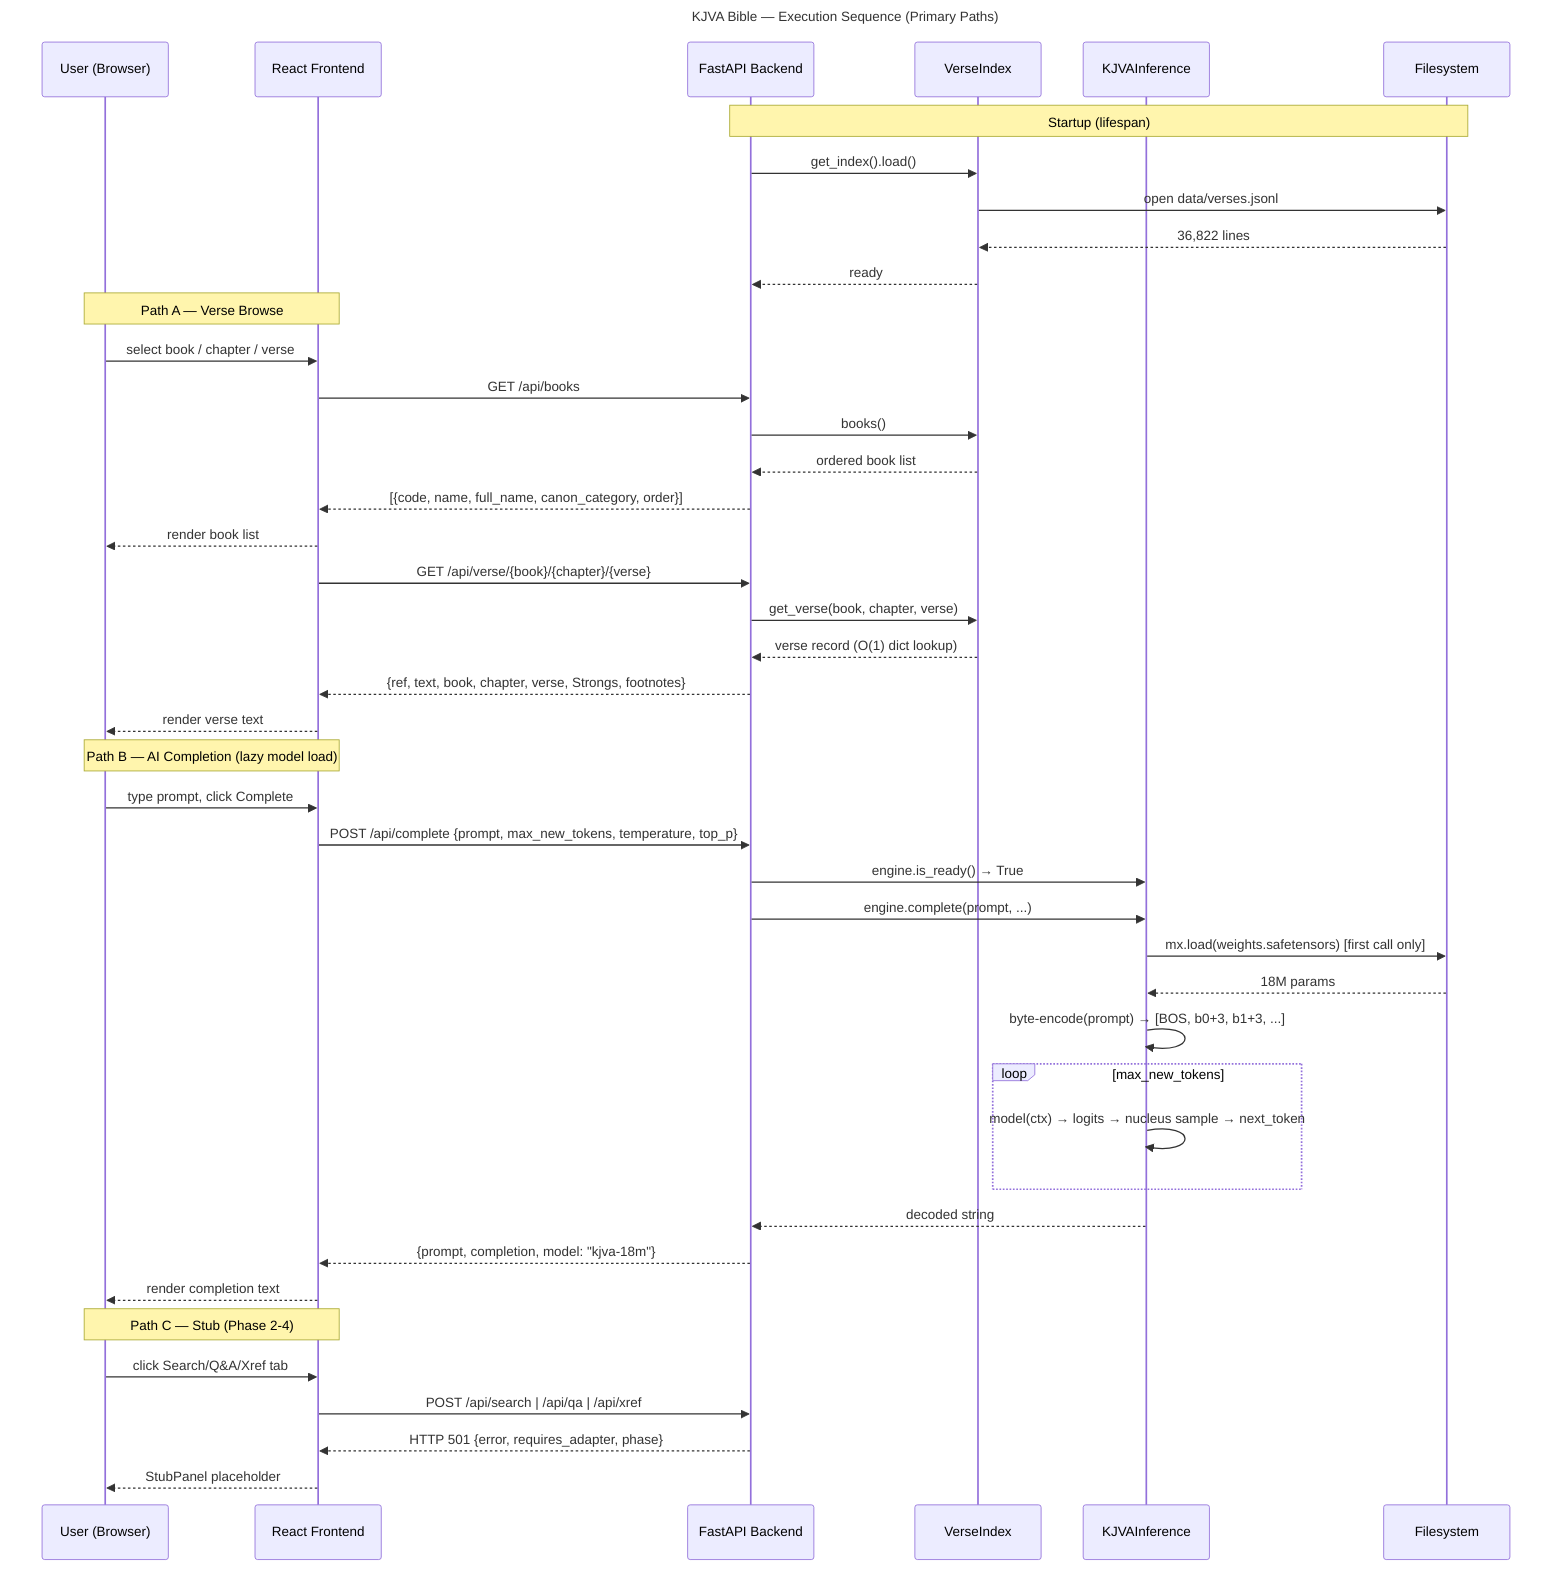
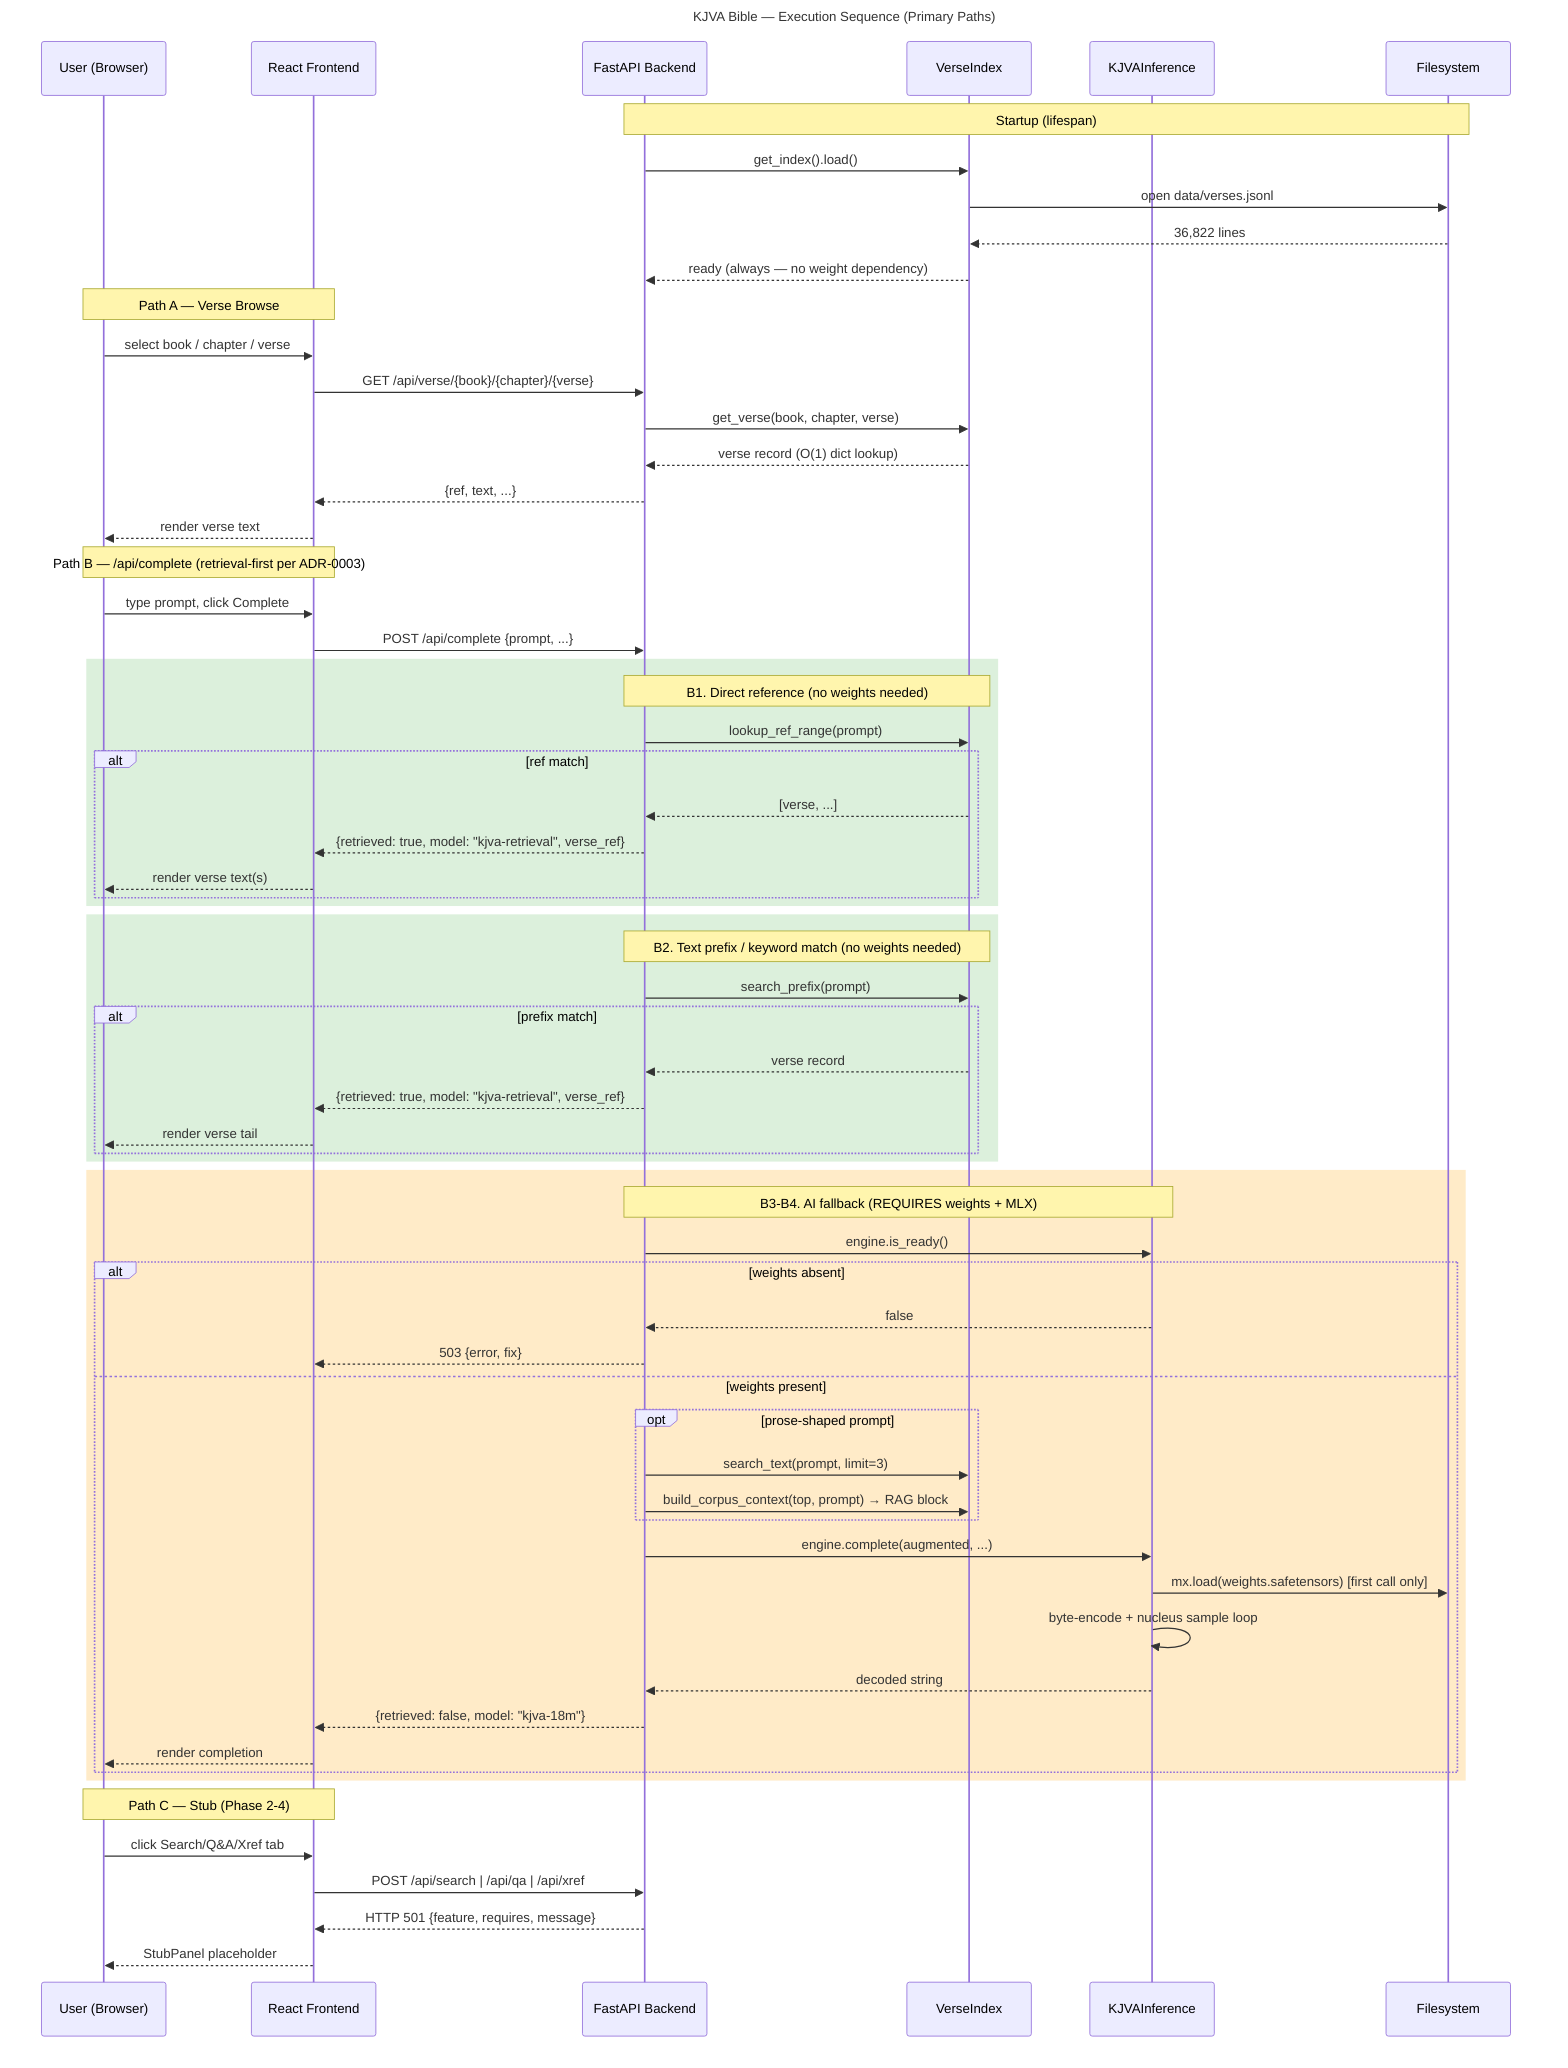
---
title: KJVA Bible — Execution Sequence (Primary Paths)
status: verified
- tier: T1
+ tier: T3
last_updated: 2026-05-26
+ slice: SLICE-0001-phase1-release
+ adr: ADR-0003-retrieval-first-completion-ordering
---
sequenceDiagram
    participant U as User (Browser)
    participant FE as React Frontend
    participant BE as FastAPI Backend
    participant CI as VerseIndex
    participant INF as KJVAInference
    participant FS as Filesystem

    Note over BE,FS: Startup (lifespan)
    BE->>CI: get_index().load()
    CI->>FS: open data/verses.jsonl
    FS-->>CI: 36,822 lines
-     CI-->>BE: ready
+     CI-->>BE: ready (always — no weight dependency)

    Note over U,FE: Path A — Verse Browse
    U->>FE: select book / chapter / verse
-     FE->>BE: GET /api/books
-     BE->>CI: books()
-     CI-->>BE: ordered book list
-     BE-->>FE: [{code, name, full_name, canon_category, order}]
-     FE-->>U: render book list
- 
    FE->>BE: GET /api/verse/{book}/{chapter}/{verse}
    BE->>CI: get_verse(book, chapter, verse)
    CI-->>BE: verse record (O(1) dict lookup)
-     BE-->>FE: {ref, text, book, chapter, verse, Strongs, footnotes}
+     BE-->>FE: {ref, text, ...}
    FE-->>U: render verse text

-     Note over U,FE: Path B — AI Completion (lazy model load)
+     Note over U,FE: Path B — /api/complete (retrieval-first per ADR-0003)
    U->>FE: type prompt, click Complete
-     FE->>BE: POST /api/complete {prompt, max_new_tokens, temperature, top_p}
-     BE->>INF: engine.is_ready() → True
-     BE->>INF: engine.complete(prompt, ...)
-     INF->>FS: mx.load(weights.safetensors) [first call only]
-     FS-->>INF: 18M params
-     INF->>INF: byte-encode(prompt) → [BOS, b0+3, b1+3, ...]
-     loop max_new_tokens
-         INF->>INF: model(ctx) → logits → nucleus sample → next_token
+     FE->>BE: POST /api/complete {prompt, ...}
+ 
+     rect rgb(220,240,220)
+     Note over BE,CI: B1. Direct reference (no weights needed)
+     BE->>CI: lookup_ref_range(prompt)
+     alt ref match
+         CI-->>BE: [verse, ...]
+         BE-->>FE: {retrieved: true, model: "kjva-retrieval", verse_ref}
+         FE-->>U: render verse text(s)
    end
-     INF-->>BE: decoded string
-     BE-->>FE: {prompt, completion, model: "kjva-18m"}
-     FE-->>U: render completion text
+     end
+ 
+     rect rgb(220,240,220)
+     Note over BE,CI: B2. Text prefix / keyword match (no weights needed)
+     BE->>CI: search_prefix(prompt)
+     alt prefix match
+         CI-->>BE: verse record
+         BE-->>FE: {retrieved: true, model: "kjva-retrieval", verse_ref}
+         FE-->>U: render verse tail
+     end
+     end
+ 
+     rect rgb(255,235,200)
+     Note over BE,INF: B3-B4. AI fallback (REQUIRES weights + MLX)
+     BE->>INF: engine.is_ready()
+     alt weights absent
+         INF-->>BE: false
+         BE-->>FE: 503 {error, fix}
+     else weights present
+         opt prose-shaped prompt
+             BE->>CI: search_text(prompt, limit=3)
+             BE->>CI: build_corpus_context(top, prompt) → RAG block
+         end
+         BE->>INF: engine.complete(augmented, ...)
+         INF->>FS: mx.load(weights.safetensors) [first call only]
+         INF->>INF: byte-encode + nucleus sample loop
+         INF-->>BE: decoded string
+         BE-->>FE: {retrieved: false, model: "kjva-18m"}
+         FE-->>U: render completion
+     end
+     end

    Note over U,FE: Path C — Stub (Phase 2-4)
    U->>FE: click Search/Q&A/Xref tab
    FE->>BE: POST /api/search | /api/qa | /api/xref
-     BE-->>FE: HTTP 501 {error, requires_adapter, phase}
+     BE-->>FE: HTTP 501 {feature, requires, message}
    FE-->>U: StubPanel placeholder
